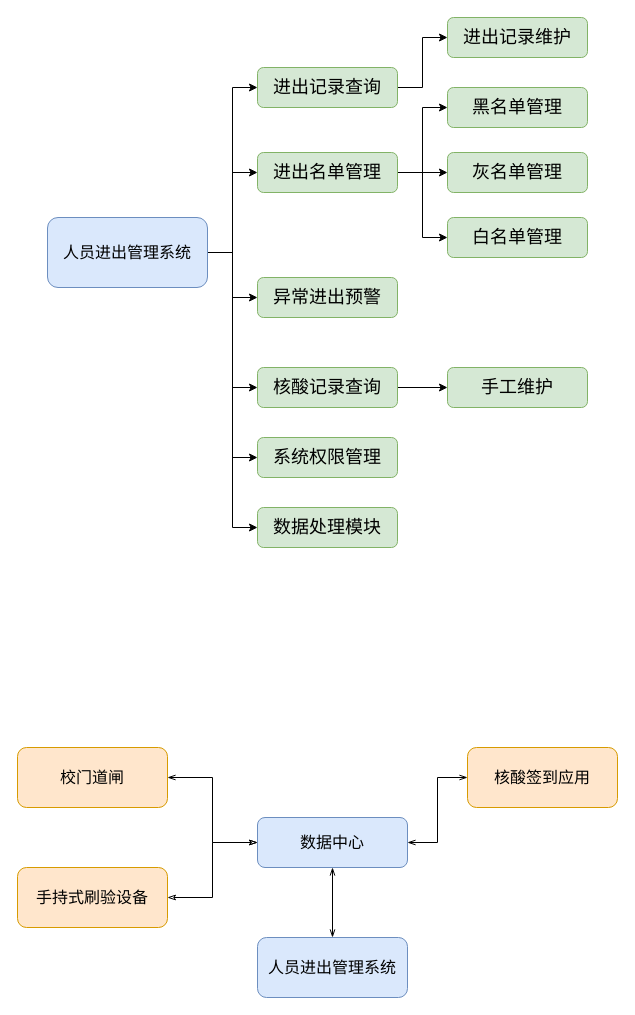
Earlier version of the draw.io diagram 校园人员进出管理系统.drawio (redcomet88/DRAW). Source tidied: cells renumbered, new cells numbered last; positions are measured from the earlier drawing's top-left corner, leaving out a move shared by most shapes. Both pictures are drawn from the tidied source at 100%, with x=0, y=0 at pixel (17, 17).
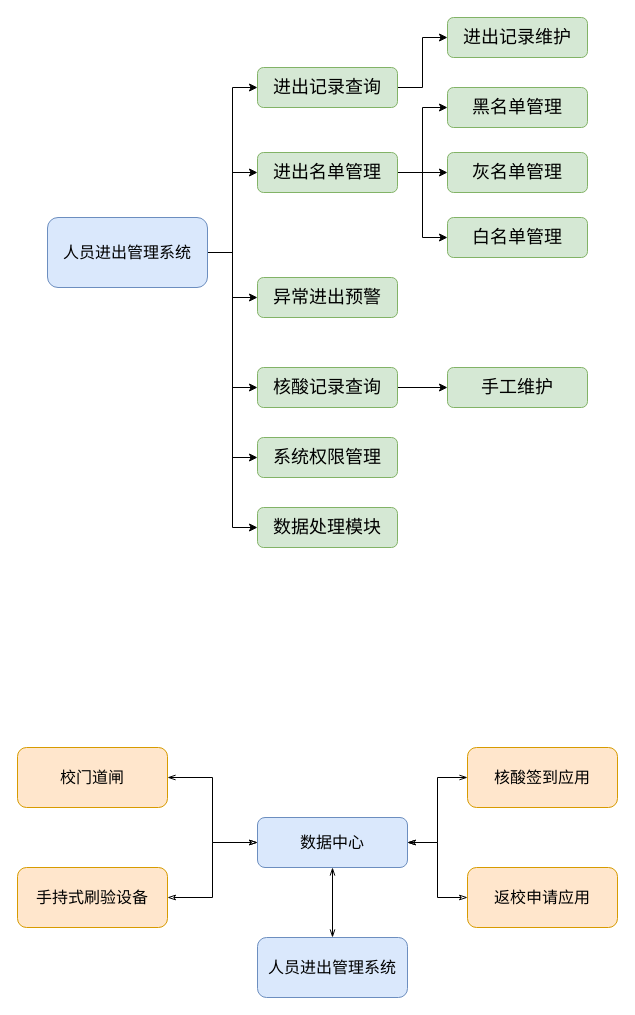
The same page after the edit.

Commit message:
Update 校园人员进出管理系统.drawio

The change refers to these unchanged cells:
```xml
<mxCell id="27" value="数据中心" style="rounded=1;whiteSpace=wrap;html=1;fontSize=16;fillColor=#dae8fc;strokeColor=#6c8ebf;" parent="1" vertex="1">
  <mxGeometry x="240" y="800" width="150" height="50" as="geometry" />
</mxCell>
```

The edit, as a diff of the source:
```diff
@@
+    <mxCell id="34" style="edgeStyle=orthogonalEdgeStyle;rounded=0;jettySize=auto;html=1;exitX=0;exitY=0.5;exitDx=0;exitDy=0;entryX=1;entryY=0.5;entryDx=0;entryDy=0;fontSize=18;startArrow=classicThin;startFill=0;endArrow=classicThin;endFill=0;" parent="1" edge="1" source="35" target="27">
+      <mxGeometry relative="1" as="geometry" />
+    </mxCell>
+    <mxCell id="35" value="返校申请应用" style="rounded=1;whiteSpace=wrap;html=1;fontSize=16;fillColor=#ffe6cc;strokeColor=#d79b00;" parent="1" vertex="1">
+      <mxGeometry x="450" y="850" width="150" height="60" as="geometry" />
+    </mxCell>
```
